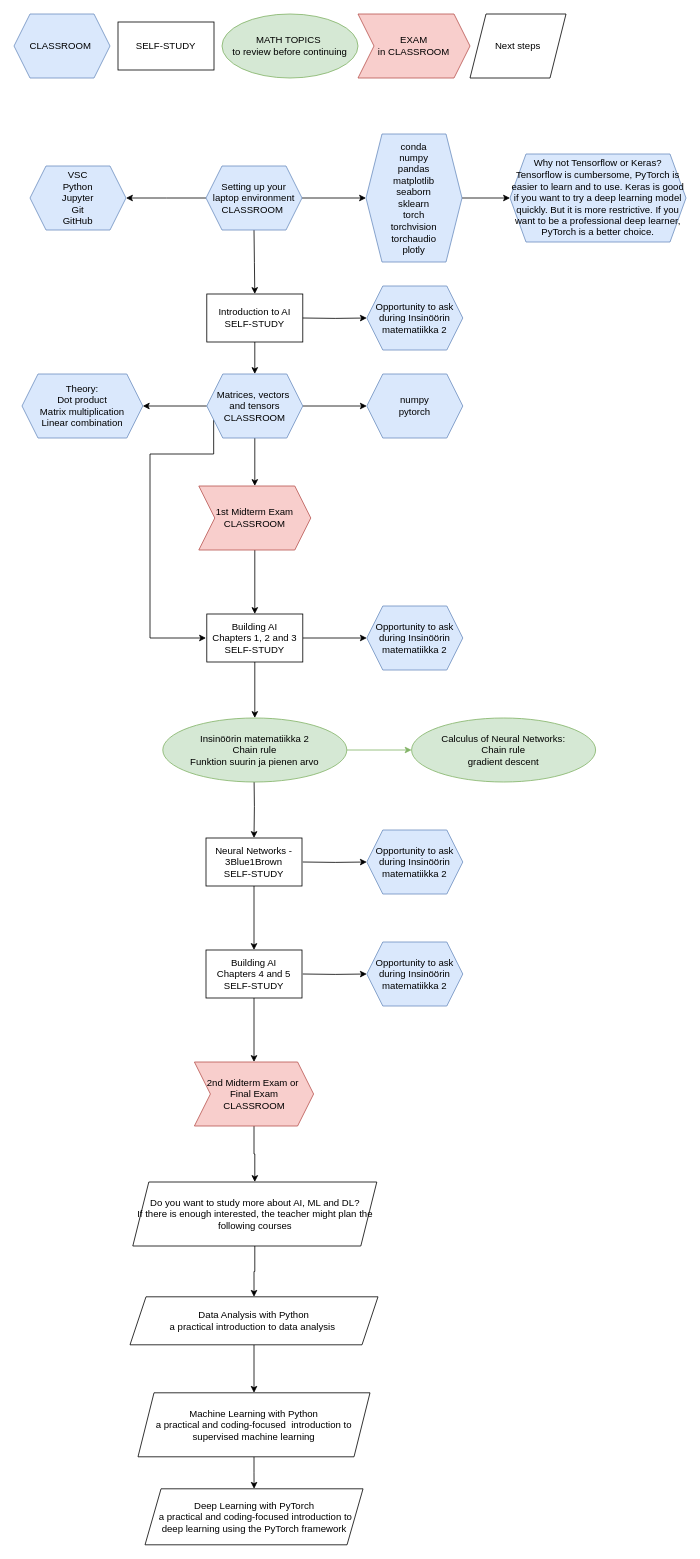
This is Workflow.drawio from henrylahteenmaki/draw.io, a draw.io file, before an edit. Source tidied: cells renumbered, new cells numbered last; positions are measured from the earlier drawing's top-left corner, leaving out a move shared by most shapes. Both pictures are drawn from the tidied source at 80%, with x=0, y=0 at pixel (14, 14).
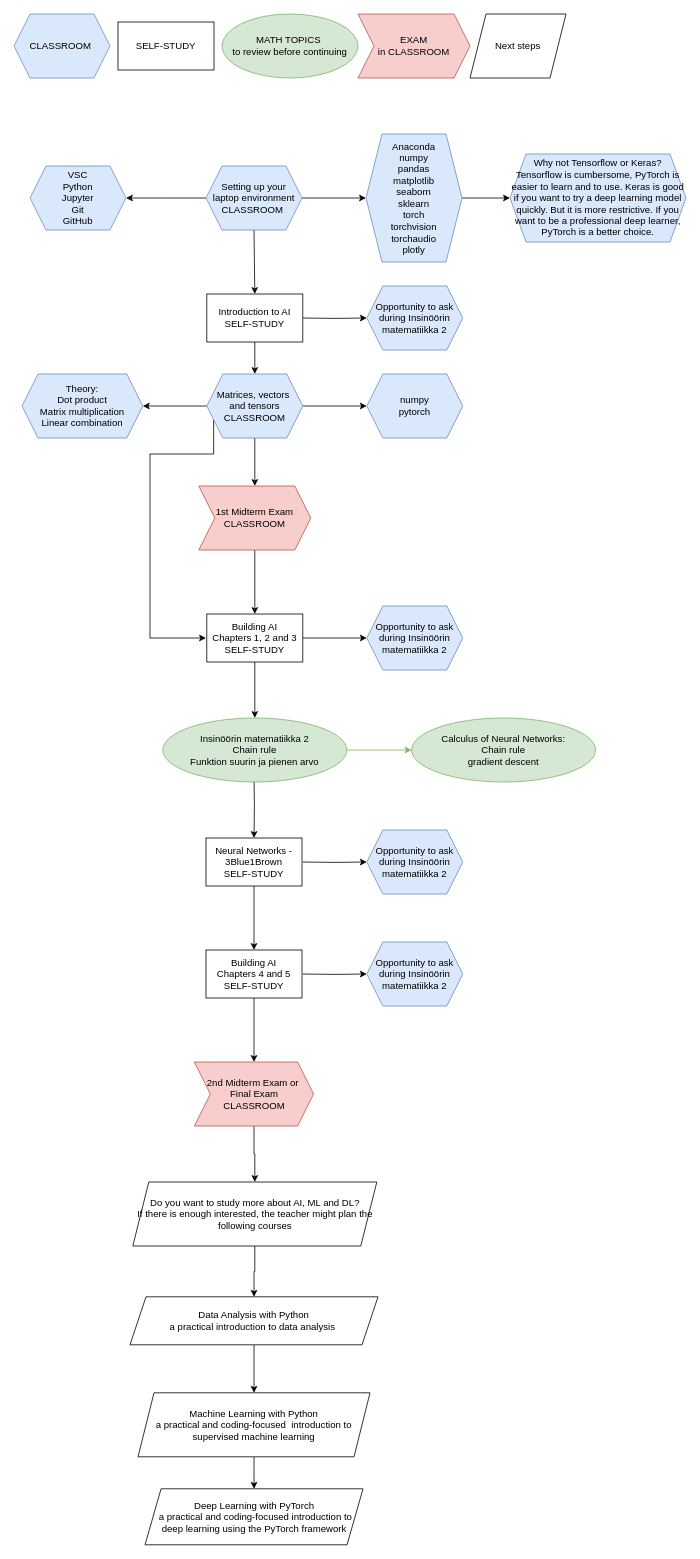
The same diagram, later.

What changed in the source:
```diff
@@
-    <mxCell id="24" value="&lt;div&gt;conda&lt;/div&gt;numpy&lt;div&gt;pandas&lt;/div&gt;&lt;div&gt;matplotlib&lt;br&gt;&lt;/div&gt;&lt;div&gt;seaborn&lt;/div&gt;&lt;div&gt;sklearn&lt;/div&gt;&lt;div&gt;torch&lt;/div&gt;&lt;div&gt;torchvision&lt;br&gt;&lt;/div&gt;&lt;div&gt;torchaudio&lt;br&gt;&lt;/div&gt;&lt;div&gt;plotly&lt;/div&gt;" style="shape=hexagon;perimeter=hexagonPerimeter2;whiteSpace=wrap;html=1;fixedSize=1;fillColor=#dae8fc;strokeColor=#6c8ebf;" parent="1" vertex="1">
+    <mxCell id="24" value="&lt;div&gt;Anaconda&lt;/div&gt;numpy&lt;div&gt;pandas&lt;/div&gt;&lt;div&gt;matplotlib&lt;br&gt;&lt;/div&gt;&lt;div&gt;seaborn&lt;/div&gt;&lt;div&gt;sklearn&lt;/div&gt;&lt;div&gt;torch&lt;/div&gt;&lt;div&gt;torchvision&lt;br&gt;&lt;/div&gt;&lt;div&gt;torchaudio&lt;br&gt;&lt;/div&gt;&lt;div&gt;plotly&lt;/div&gt;" style="shape=hexagon;perimeter=hexagonPerimeter2;whiteSpace=wrap;html=1;fixedSize=1;fillColor=#dae8fc;strokeColor=#6c8ebf;" parent="1" vertex="1">
       <mxGeometry x="440" y="150" width="120" height="160" as="geometry" />
     </mxCell>
```
